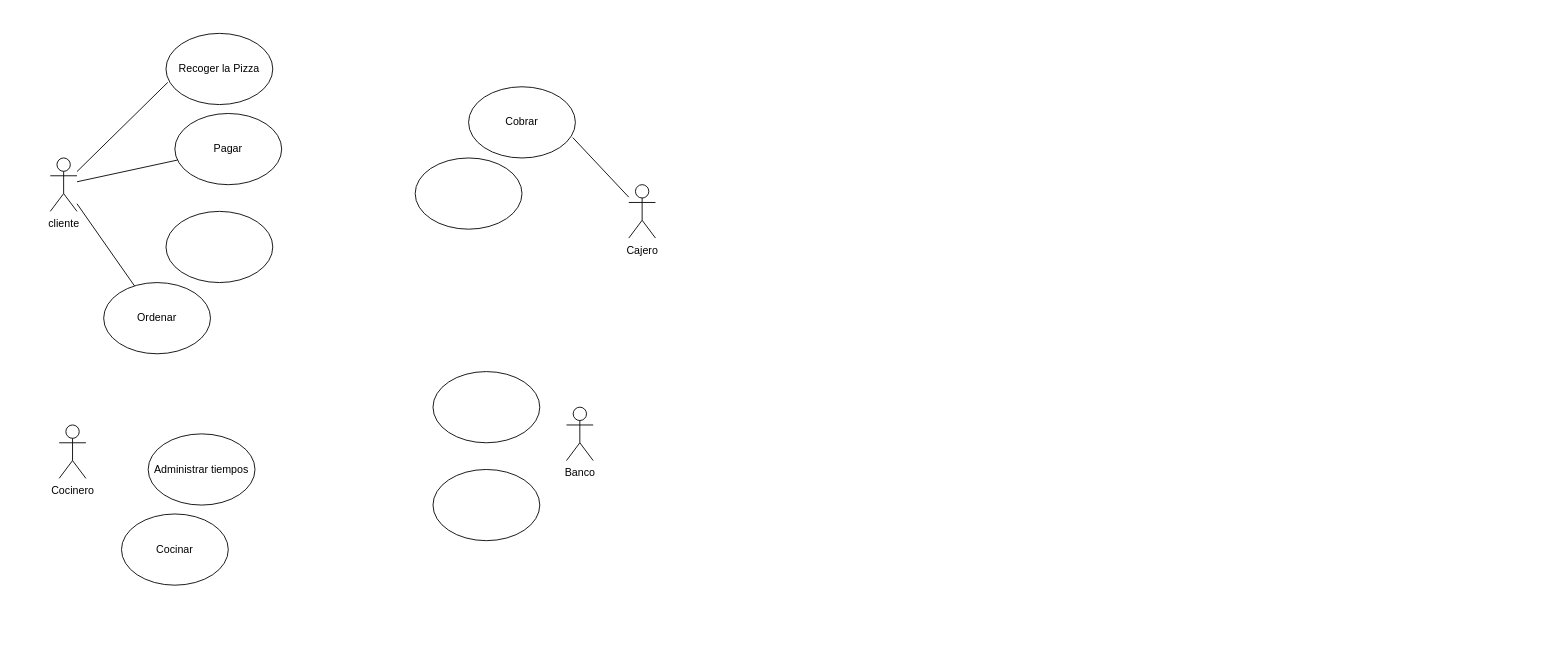
The draw.io diagram pizzería.drawio in jer3456/hello, before the edit. Source tidied: cells renumbered, new cells numbered last; positions are measured from the earlier drawing's top-left corner, leaving out a move shared by most shapes. Both pictures are drawn from the tidied source at 89%, with x=0, y=0 at pixel (50, 33).
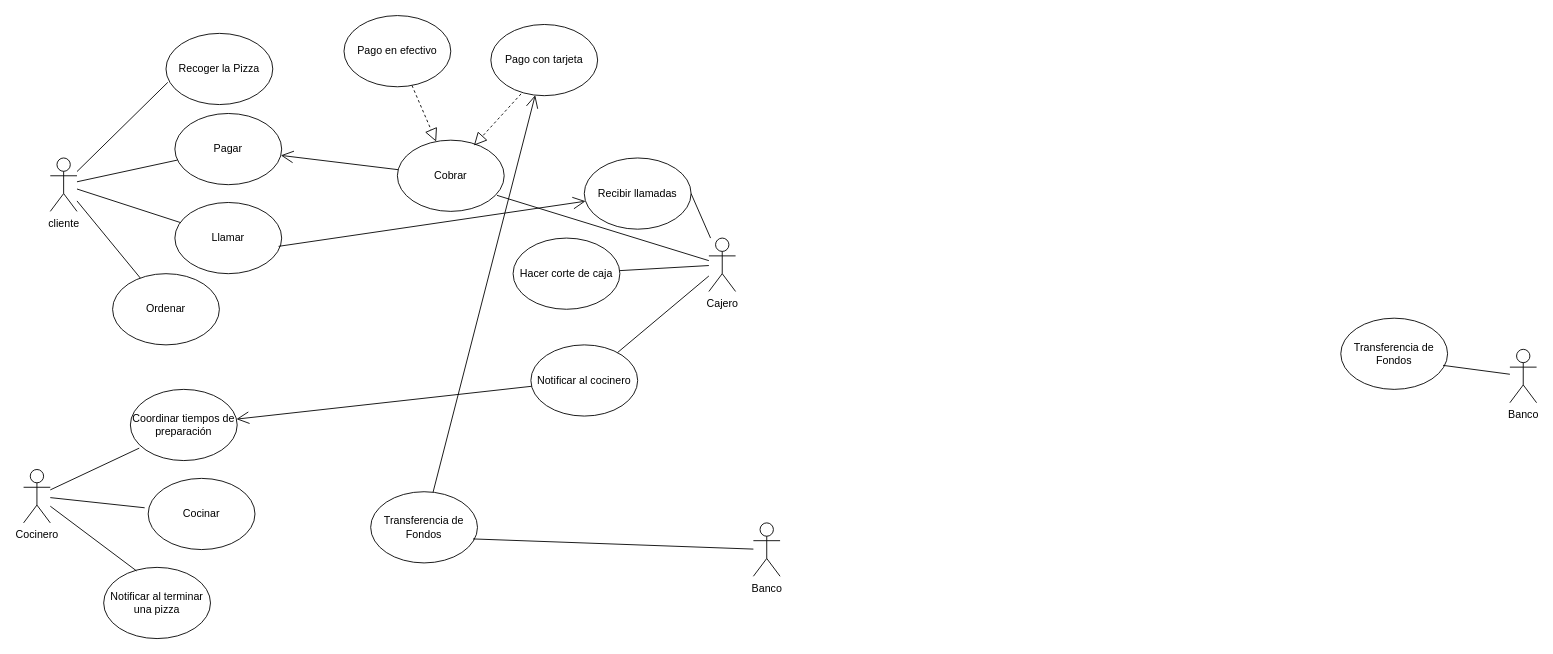
The same diagram, later.

The change refers to these unchanged cells:
```xml
<mxCell id="5" value="cliente" style="shape=umlActor;verticalLabelPosition=bottom;verticalAlign=top;html=1;outlineConnect=0;" parent="1" vertex="1">
  <mxGeometry y="140" width="30" height="60" as="geometry" />
</mxCell>
<mxCell id="6" value="Pagar" style="ellipse;whiteSpace=wrap;html=1;" parent="1" vertex="1">
  <mxGeometry x="140" y="90" width="120" height="80" as="geometry" />
</mxCell>
```

The edit, as a diff of the source:
```diff
@@
     <mxCell id="2" value="Banco" style="shape=umlActor;verticalLabelPosition=bottom;verticalAlign=top;html=1;outlineConnect=0;" parent="1" vertex="1">
-      <mxGeometry x="580" y="420" width="30" height="60" as="geometry" />
+      <mxGeometry x="790" y="550" width="30" height="60" as="geometry" />
     </mxCell>
     <mxCell id="3" value="Cajero" style="shape=umlActor;verticalLabelPosition=bottom;verticalAlign=top;html=1;outlineConnect=0;" parent="1" vertex="1">
-      <mxGeometry x="650" y="170" width="30" height="60" as="geometry" />
+      <mxGeometry x="740" y="230" width="30" height="60" as="geometry" />
     </mxCell>
     <mxCell id="4" value="Cocinero" style="shape=umlActor;verticalLabelPosition=bottom;verticalAlign=top;html=1;outlineConnect=0;" parent="1" vertex="1">
-      <mxGeometry x="10" y="440" width="30" height="60" as="geometry" />
+      <mxGeometry x="-30" y="490" width="30" height="60" as="geometry" />
     </mxCell>
@@
     <mxCell id="8" value="Ordenar" style="ellipse;whiteSpace=wrap;html=1;" parent="1" vertex="1">
-      <mxGeometry x="60" y="280" width="120" height="80" as="geometry" />
+      <mxGeometry x="70" y="270" width="120" height="80" as="geometry" />
     </mxCell>
-    <mxCell id="9" style="ellipse;whiteSpace=wrap;html=1;" parent="1" vertex="1">
-      <mxGeometry x="430" y="380" width="120" height="80" as="geometry" />
+    <mxCell id="9" value="Transferencia de Fondos" style="ellipse;whiteSpace=wrap;html=1;" parent="1" vertex="1">
+      <mxGeometry x="360" y="515" width="120" height="80" as="geometry" />
     </mxCell>
-    <mxCell id="10" style="ellipse;whiteSpace=wrap;html=1;" parent="1" vertex="1">
-      <mxGeometry x="430" y="490" width="120" height="80" as="geometry" />
+    <mxCell id="10" value="Notificar al terminar una pizza" style="ellipse;whiteSpace=wrap;html=1;" parent="1" vertex="1">
+      <mxGeometry x="60" y="600" width="120" height="80" as="geometry" />
     </mxCell>
-    <mxCell id="11" value="Administrar tiempos" style="ellipse;whiteSpace=wrap;html=1;" parent="1" vertex="1">
-      <mxGeometry x="110" y="450" width="120" height="80" as="geometry" />
+    <mxCell id="11" value="Coordinar tiempos de preparación" style="ellipse;whiteSpace=wrap;html=1;" parent="1" vertex="1">
+      <mxGeometry x="90" y="400" width="120" height="80" as="geometry" />
     </mxCell>
     <mxCell id="12" value="Cocinar" style="ellipse;whiteSpace=wrap;html=1;" parent="1" vertex="1">
-      <mxGeometry x="80" y="540" width="120" height="80" as="geometry" />
+      <mxGeometry x="110" y="500" width="120" height="80" as="geometry" />
     </mxCell>
-    <mxCell id="13" style="ellipse;whiteSpace=wrap;html=1;" parent="1" vertex="1">
-      <mxGeometry x="410" y="140" width="120" height="80" as="geometry" />
+    <mxCell id="13" value="Recibir llamadas" style="ellipse;whiteSpace=wrap;html=1;" parent="1" vertex="1">
+      <mxGeometry x="600" y="140" width="120" height="80" as="geometry" />
     </mxCell>
     <mxCell id="14" value="Cobrar" style="ellipse;whiteSpace=wrap;html=1;" parent="1" vertex="1">
-      <mxGeometry x="470" y="60" width="120" height="80" as="geometry" />
+      <mxGeometry x="390" y="120" width="120" height="80" as="geometry" />
     </mxCell>
-    <mxCell id="15" style="ellipse;whiteSpace=wrap;html=1;" parent="1" vertex="1">
-      <mxGeometry x="130" y="200" width="120" height="80" as="geometry" />
+    <mxCell id="15" value="Llamar" style="ellipse;whiteSpace=wrap;html=1;" parent="1" vertex="1">
+      <mxGeometry x="140" y="190" width="120" height="80" as="geometry" />
     </mxCell>
@@
-    <mxCell id="19" style="endArrow=none;html=1;rounded=0;entryX=0.975;entryY=0.713;entryDx=0;entryDy=0;entryPerimeter=0;" parent="1" edge="1" source="3" target="14">
+    <mxCell id="19" style="endArrow=none;html=1;rounded=0;entryX=0.933;entryY=0.775;entryDx=0;entryDy=0;entryPerimeter=0;" parent="1" edge="1" source="3" target="14">
       <mxGeometry relative="1" as="geometry" />
     </mxCell>
+    <mxCell id="20" style="endArrow=none;html=1;rounded=0;exitX=0.958;exitY=0.663;exitDx=0;exitDy=0;exitPerimeter=0;" parent="1" edge="1" source="9" target="2">
+      <mxGeometry relative="1" as="geometry" />
+    </mxCell>
+    <mxCell id="21" style="endArrow=none;html=1;rounded=0;entryX=0.083;entryY=0.825;entryDx=0;entryDy=0;entryPerimeter=0;" parent="1" edge="1" source="4" target="11">
+      <mxGeometry relative="1" as="geometry" />
+    </mxCell>
+    <mxCell id="22" style="endArrow=none;html=1;rounded=0;entryX=-0.033;entryY=0.413;entryDx=0;entryDy=0;entryPerimeter=0;" parent="1" edge="1" source="4" target="12">
+      <mxGeometry relative="1" as="geometry" />
+    </mxCell>
+    <mxCell id="23" style="endArrow=none;html=1;rounded=0;entryX=0.308;entryY=0.05;entryDx=0;entryDy=0;entryPerimeter=0;" parent="1" edge="1" source="4" target="10">
+      <mxGeometry relative="1" as="geometry" />
+    </mxCell>
+    <mxCell id="24" value="Hacer corte de caja" style="ellipse;whiteSpace=wrap;html=1;" parent="1" vertex="1">
+      <mxGeometry x="520" y="230" width="120" height="80" as="geometry" />
+    </mxCell>
+    <mxCell id="25" style="endArrow=none;html=1;rounded=0;entryX=1;entryY=0.5;entryDx=0;entryDy=0;" parent="1" edge="1" source="3" target="13">
+      <mxGeometry relative="1" as="geometry" />
+    </mxCell>
+    <mxCell id="26" style="endArrow=none;html=1;rounded=0;" parent="1" edge="1" source="3" target="24">
+      <mxGeometry relative="1" as="geometry" />
+    </mxCell>
+    <mxCell id="27" style="endArrow=block;dashed=1;endFill=0;endSize=12;html=1;rounded=0;" parent="1" edge="1" source="29" target="14">
+      <mxGeometry relative="1" as="geometry" />
+    </mxCell>
+    <mxCell id="28" style="endArrow=block;dashed=1;endFill=0;endSize=12;html=1;rounded=0;entryX=0.717;entryY=0.075;entryDx=0;entryDy=0;entryPerimeter=0;exitX=0.283;exitY=0.975;exitDx=0;exitDy=0;exitPerimeter=0;" parent="1" edge="1" source="30" target="14">
+      <mxGeometry relative="1" as="geometry" />
+    </mxCell>
+    <mxCell id="29" value="Pago en efectivo" style="ellipse;whiteSpace=wrap;html=1;" parent="1" vertex="1">
+      <mxGeometry x="330" y="-20" width="120" height="80" as="geometry" />
+    </mxCell>
+    <mxCell id="30" value="Pago con tarjeta" style="ellipse;whiteSpace=wrap;html=1;" parent="1" vertex="1">
+      <mxGeometry x="495" y="-10" width="120" height="80" as="geometry" />
+    </mxCell>
+    <mxCell id="31" value="Notificar al cocinero" style="ellipse;whiteSpace=wrap;html=1;" parent="1" vertex="1">
+      <mxGeometry x="540" y="350" width="120" height="80" as="geometry" />
+    </mxCell>
+    <mxCell id="32" style="endArrow=none;html=1;rounded=0;" parent="1" edge="1" source="3" target="31">
+      <mxGeometry relative="1" as="geometry" />
+    </mxCell>
+    <mxCell id="33" style="endArrow=none;html=1;rounded=0;" parent="1" edge="1" source="5" target="15">
+      <mxGeometry relative="1" as="geometry" />
+    </mxCell>
+    <mxCell id="34" style="endArrow=open;endFill=1;endSize=12;html=1;rounded=0;exitX=0.971;exitY=0.616;exitDx=0;exitDy=0;exitPerimeter=0;" parent="1" edge="1" source="15" target="13">
+      <mxGeometry relative="1" as="geometry" />
+    </mxCell>
+    <mxCell id="35" style="endArrow=open;endFill=1;endSize=12;html=1;rounded=0;" parent="1" edge="1" source="9" target="30">
+      <mxGeometry relative="1" as="geometry" />
+    </mxCell>
+    <mxCell id="36" style="endArrow=open;endFill=1;endSize=12;html=1;rounded=0;" parent="1" edge="1" source="31" target="11">
+      <mxGeometry relative="1" as="geometry" />
+    </mxCell>
+    <mxCell id="37" style="endArrow=open;endFill=1;endSize=12;html=1;rounded=0;" parent="1" edge="1" source="14" target="6">
+      <mxGeometry relative="1" as="geometry" />
+    </mxCell>
+    <mxCell id="38" value="Banco" style="shape=umlActor;verticalLabelPosition=bottom;verticalAlign=top;html=1;outlineConnect=0;" parent="1" vertex="1">
+      <mxGeometry x="1640" y="355" width="30" height="60" as="geometry" />
+    </mxCell>
+    <mxCell id="39" value="Transferencia de Fondos" style="ellipse;whiteSpace=wrap;html=1;" parent="1" vertex="1">
+      <mxGeometry x="1450" y="320" width="120" height="80" as="geometry" />
+    </mxCell>
+    <mxCell id="40" style="endArrow=none;html=1;rounded=0;exitX=0.958;exitY=0.663;exitDx=0;exitDy=0;exitPerimeter=0;" parent="1" edge="1" source="39" target="38">
+      <mxGeometry relative="1" as="geometry" />
+    </mxCell>
```
